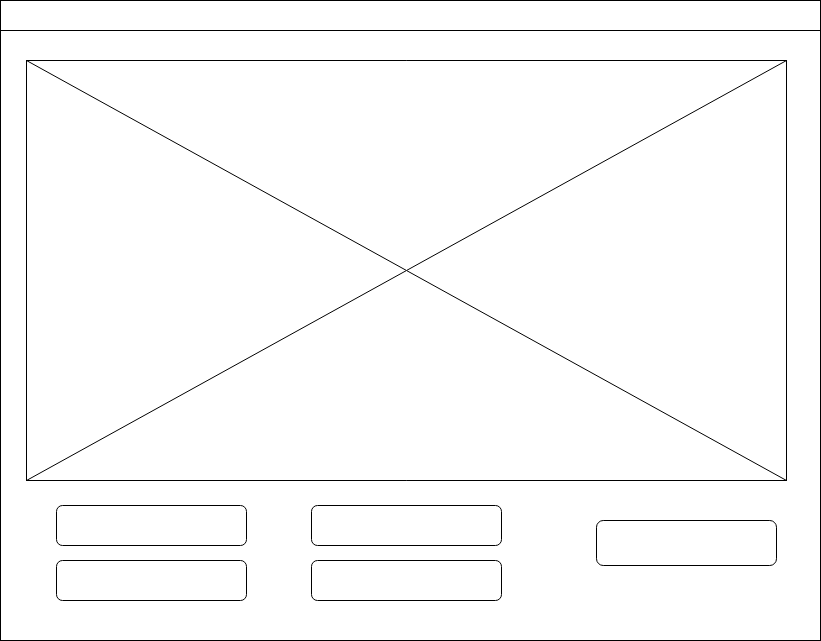
Prodiegus/Kriegspanzer keeps this draw.io diagram as Diagramas Y Modelos/vistaInicio.png. Above is the earlier version. Source tidied: cells renumbered, new cells last; positions are measured from the earlier drawing's top-left corner, leaving out a move shared by most shapes.
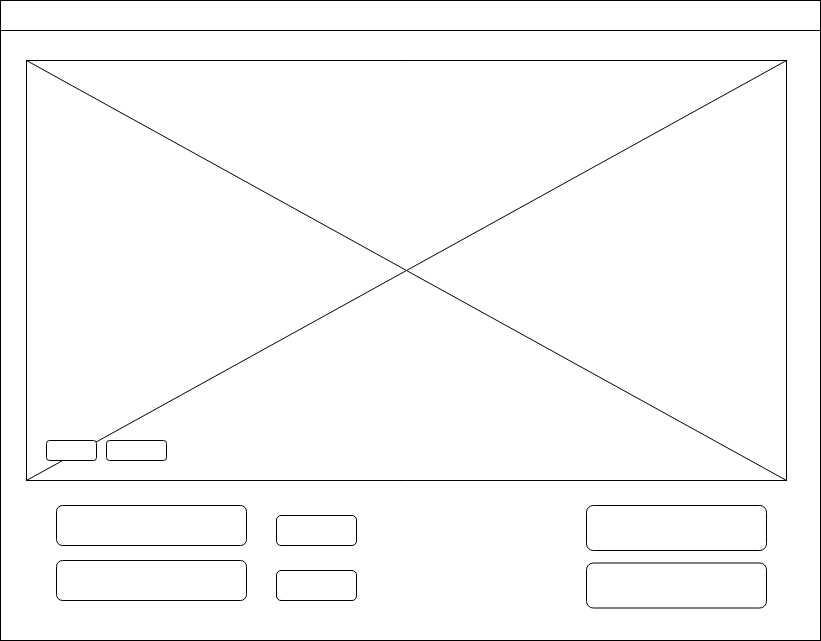
After the change.

Change to the diagram source:
```diff
@@ -14,12 +14,6 @@
     <mxCell id="5" style="shape=collate;whiteSpace=wrap;html=1;" parent="1" vertex="1">
       <mxGeometry x="26" y="60" width="760" height="420" as="geometry" />
     </mxCell>
-    <mxCell id="6" style="rounded=1;whiteSpace=wrap;html=1;" parent="1" vertex="1">
-      <mxGeometry x="311" y="560" width="190" height="40" as="geometry" />
-    </mxCell>
-    <mxCell id="7" style="rounded=1;whiteSpace=wrap;html=1;" parent="1" vertex="1">
-      <mxGeometry x="311" y="505" width="190" height="40" as="geometry" />
-    </mxCell>
     <mxCell id="8" style="rounded=1;whiteSpace=wrap;html=1;" parent="1" vertex="1">
       <mxGeometry x="56" y="505" width="190" height="40" as="geometry" />
     </mxCell>
@@ -27,7 +21,22 @@
       <mxGeometry x="56" y="560" width="190" height="40" as="geometry" />
     </mxCell>
     <mxCell id="10" style="rounded=1;whiteSpace=wrap;html=1;" parent="1" vertex="1">
-      <mxGeometry x="596" y="520" width="180" height="45" as="geometry" />
+      <mxGeometry x="586" y="505" width="180" height="45" as="geometry" />
     </mxCell>
+    <mxCell id="11" style="rounded=1;whiteSpace=wrap;html=1;" parent="1" vertex="1">
+      <mxGeometry x="276" y="570" width="80" height="30" as="geometry" />
+    </mxCell>
+    <mxCell id="12" style="rounded=1;whiteSpace=wrap;html=1;" parent="1" vertex="1">
+      <mxGeometry x="276" y="515" width="80" height="30" as="geometry" />
+    </mxCell>
+    <mxCell id="13" style="rounded=1;whiteSpace=wrap;html=1;" parent="1" vertex="1">
+      <mxGeometry x="586" y="562.5" width="180" height="45" as="geometry" />
+    </mxCell>
+    <mxCell id="14" style="rounded=1;whiteSpace=wrap;html=1;" parent="1" vertex="1">
+      <mxGeometry x="46" y="440" width="50" height="20" as="geometry" />
+    </mxCell>
+    <mxCell id="15" style="rounded=1;whiteSpace=wrap;html=1;" parent="1" vertex="1">
+      <mxGeometry x="106" y="440" width="60" height="20" as="geometry" />
+    </mxCell>
   </root>
 </mxGraphModel>
```
